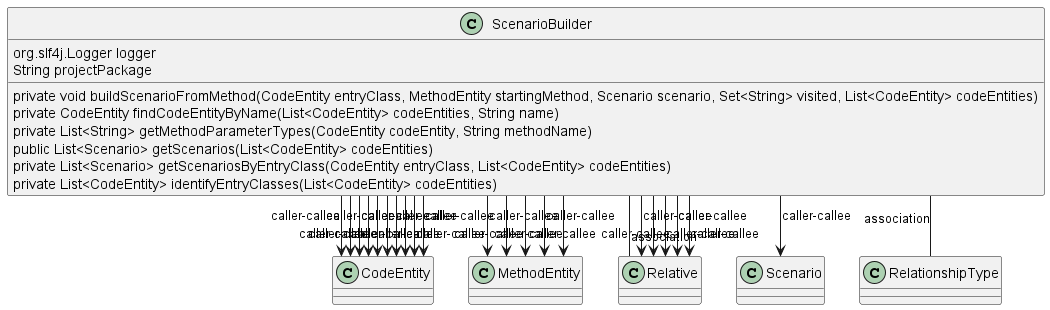
This is javadoc/html/images/com_pjsoft_j2arch_uml_util_ScenarioBuilder.png from jags-programming/j2arch, a PlantUML export, as it was before one commit.
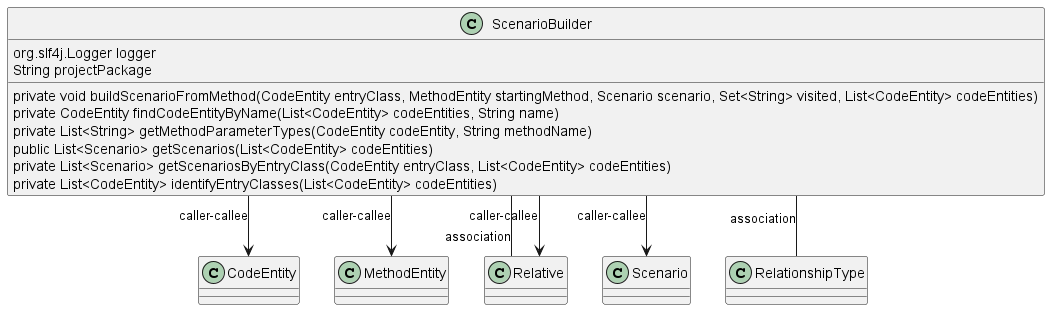
After the commit.

What changed in the source:
```diff
@@ -11,26 +11,9 @@
     private List<CodeEntity> identifyEntryClasses(List<CodeEntity> codeEntities)
 }
 ScenarioBuilder --> CodeEntity : caller-callee
-ScenarioBuilder --> CodeEntity : caller-callee
-ScenarioBuilder --> MethodEntity : caller-callee
-ScenarioBuilder --> CodeEntity : caller-callee
-ScenarioBuilder --> MethodEntity : caller-callee
-ScenarioBuilder --> CodeEntity : caller-callee
 ScenarioBuilder --> MethodEntity : caller-callee
 ScenarioBuilder --> Relative : caller-callee
-ScenarioBuilder --> CodeEntity : caller-callee
-ScenarioBuilder --> Relative : caller-callee
-ScenarioBuilder --> CodeEntity : caller-callee
-ScenarioBuilder --> Relative : caller-callee
 ScenarioBuilder --> Scenario : caller-callee
-ScenarioBuilder --> CodeEntity : caller-callee
-ScenarioBuilder --> MethodEntity : caller-callee
-ScenarioBuilder --> CodeEntity : caller-callee
-ScenarioBuilder --> MethodEntity : caller-callee
-ScenarioBuilder --> Relative : caller-callee
-ScenarioBuilder --> Relative : caller-callee
 ScenarioBuilder -- RelationshipType : association
 ScenarioBuilder -- Relative : association
-ScenarioBuilder --> CodeEntity : caller-callee
-ScenarioBuilder --> CodeEntity : caller-callee
 @enduml
```
